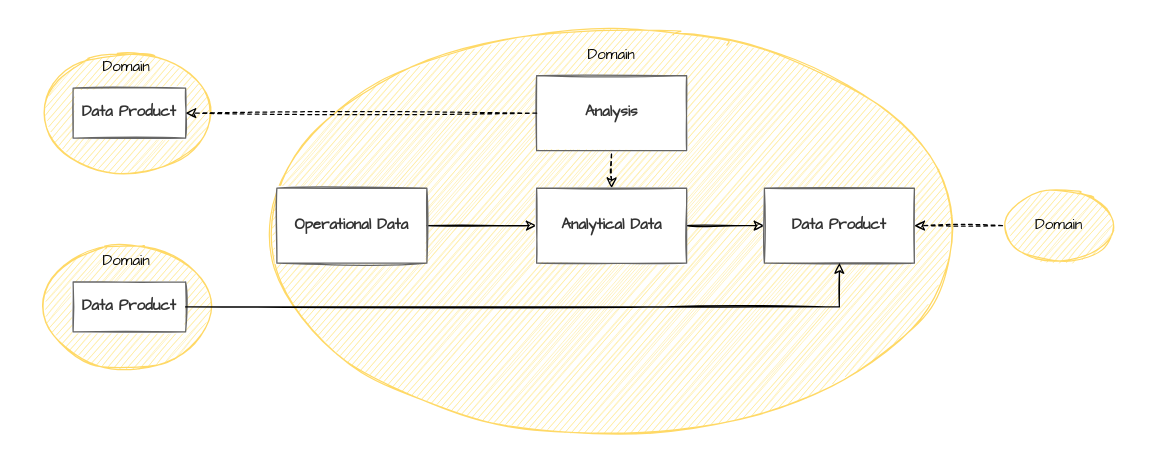
datamesh-architecture/datamesh-architecture.com keeps this draw.io diagram as diagrams/domainteamjourney_level4.drawio. Above is the earlier version. Source tidied: cells renumbered, new cells numbered last; positions are measured from the earlier drawing's top-left corner, leaving out a move shared by most shapes. Both pictures are drawn from the tidied source at 125%, with x=0, y=0 at pixel (21, 21). Pictures stored in the file or linked from it are replaced by grey dashed boxes.
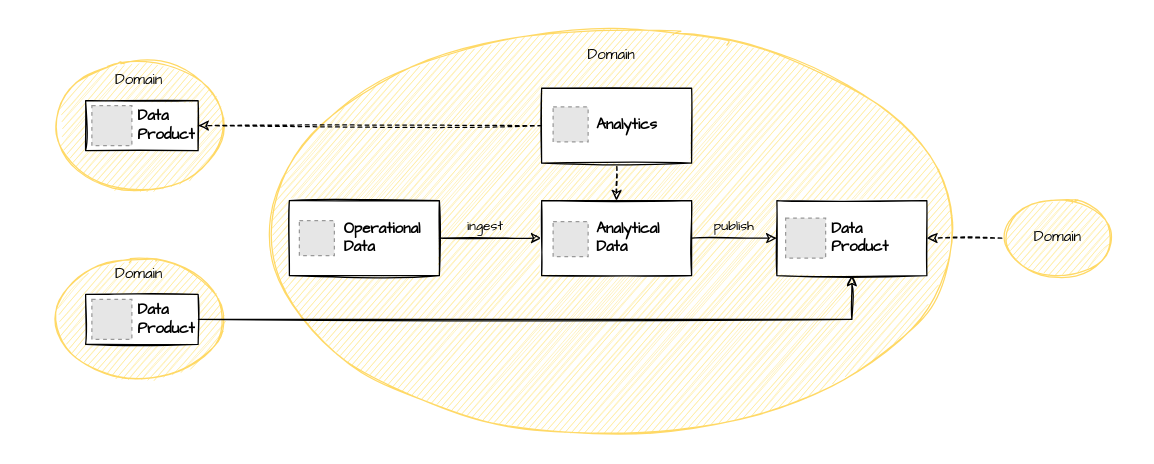
After the change.

The edit, as a diff of the source:
```diff
@@
-    <mxCell id="4" value="Analysis" style="rounded=0;whiteSpace=wrap;html=1;fillColor=#FFFFFF;fontColor=#333333;strokeColor=#666666;fontStyle=1;sketch=1;fontFamily=Architects Daughter;fillStyle=solid;" parent="1" vertex="1">
-      <mxGeometry x="411.8" y="43" width="120" height="60" as="geometry" />
-    </mxCell>
-    <mxCell id="5" style="rounded=0;jettySize=auto;html=1;exitX=0.5;exitY=0;exitDx=0;exitDy=0;startArrow=classic;startFill=1;endArrow=none;endFill=0;dashed=1;sketch=1;fontFamily=Architects Daughter;" parent="1" edge="1" source="8" target="4">
-      <mxGeometry relative="1" as="geometry" />
-    </mxCell>
-    <mxCell id="6" style="rounded=0;jettySize=auto;html=1;entryX=0;entryY=0.5;entryDx=0;entryDy=0;sketch=1;fontFamily=Architects Daughter;" parent="1" edge="1" source="8" target="10">
-      <mxGeometry relative="1" as="geometry" />
-    </mxCell>
+    <mxCell id="19" style="rounded=0;jettySize=auto;html=1;exitX=0.5;exitY=0;exitDx=0;exitDy=0;startArrow=classic;startFill=1;endArrow=none;endFill=0;dashed=1;sketch=1;fontFamily=Architects Daughter;" parent="1" edge="1" source="8" target="32">
+      <mxGeometry relative="1" as="geometry" />
+    </mxCell>
+    <mxCell id="20" style="rounded=0;jettySize=auto;html=1;entryX=0;entryY=0.5;entryDx=0;entryDy=0;sketch=1;fontFamily=Architects Daughter;" parent="1" edge="1" source="8" target="21">
+      <mxGeometry relative="1" as="geometry" />
+    </mxCell>
@@
+    <mxCell id="21" value="Data&lt;br&gt;Product" style="rounded=0;whiteSpace=wrap;html=1;fontStyle=1;sketch=1;fontFamily=Architects Daughter;align=left;spacingLeft=42;" parent="1" vertex="1">
+      <mxGeometry x="604" y="143" width="120" height="60" as="geometry" />
+    </mxCell>
+    <mxCell id="22" value="Domain" style="ellipse;whiteSpace=wrap;html=1;verticalAlign=middle;sketch=1;fontFamily=Architects Daughter;strokeColor=#FFD966;fillColor=#FFEB99;" parent="1" vertex="1">
+      <mxGeometry x="784" y="143" width="90" height="60" as="geometry" />
+    </mxCell>
+    <mxCell id="23" style="rounded=0;jettySize=auto;html=1;entryX=1;entryY=0.5;entryDx=0;entryDy=0;startArrow=none;startFill=0;endArrow=classic;endFill=1;exitX=0;exitY=0.5;exitDx=0;exitDy=0;dashed=1;sketch=1;fontFamily=Architects Daughter;" parent="1" edge="1" source="22" target="21">
+      <mxGeometry relative="1" as="geometry" />
+    </mxCell>
+    <mxCell id="24" value="Domain" style="ellipse;whiteSpace=wrap;html=1;verticalAlign=top;sketch=1;fontFamily=Architects Daughter;strokeColor=#FFD966;fillColor=#FFEB99;" parent="1" vertex="1">
+      <mxGeometry x="24" y="33" width="140" height="100" as="geometry" />
+    </mxCell>
+    <mxCell id="25" style="rounded=0;jettySize=auto;html=1;startArrow=none;startFill=0;endArrow=classic;endFill=1;exitX=0;exitY=0.5;exitDx=0;exitDy=0;entryX=1;entryY=0.5;entryDx=0;entryDy=0;dashed=1;sketch=1;fontFamily=Architects Daughter;" parent="1" edge="1" source="32" target="42">
+      <mxGeometry relative="1" as="geometry" />
+    </mxCell>
+    <mxCell id="26" value="Domain" style="ellipse;whiteSpace=wrap;html=1;verticalAlign=top;sketch=1;fontFamily=Architects Daughter;strokeColor=#FFD966;fillColor=#FFEB99;" parent="1" vertex="1">
+      <mxGeometry x="24" y="188" width="140" height="100" as="geometry" />
+    </mxCell>
+    <mxCell id="27" style="rounded=0;jettySize=auto;html=1;entryX=1;entryY=0.5;entryDx=0;entryDy=0;startArrow=classic;startFill=1;endArrow=none;endFill=0;exitX=0.5;exitY=1;exitDx=0;exitDy=0;sketch=1;fontFamily=Architects Daughter;" parent="1" edge="1" source="21" target="39">
+      <mxGeometry relative="1" as="geometry">
+        <Array as="points">
+          <mxPoint x="664" y="238" />
+        </Array>
+      </mxGeometry>
+    </mxCell>
+    <mxCell id="28" style="fillColor=#E6E6E6;strokeColor=#999999;dashed=1;verticalLabelPosition=bottom;labelBackgroundColor=#ffffff;verticalAlign=top;" parent="1" vertex="1">
+      <mxGeometry x="611" y="157" width="32" height="32" as="geometry" />
+    </mxCell>
+    <mxCell id="29" value="publish" style="text;html=1;strokeColor=none;fillColor=none;align=center;verticalAlign=middle;whiteSpace=wrap;rounded=0;sketch=1;fontFamily=Architects Daughter;fontSize=11;" parent="1" vertex="1">
+      <mxGeometry x="540" y="148" width="60" height="30" as="geometry" />
+    </mxCell>
+    <mxCell id="30" value="ingest" style="text;html=1;strokeColor=none;fillColor=none;align=center;verticalAlign=middle;whiteSpace=wrap;rounded=0;sketch=1;fontFamily=Architects Daughter;fontSize=11;" parent="1" vertex="1">
+      <mxGeometry x="341" y="148" width="60" height="30" as="geometry" />
+    </mxCell>
+    <mxCell id="31" style="group;" parent="1" vertex="1">
+      <mxGeometry x="415.8" y="53" width="120" height="60" as="geometry" />
+    </mxCell>
+    <mxCell id="32" value="Analytics" style="rounded=0;whiteSpace=wrap;html=1;fontStyle=1;sketch=1;fontFamily=Architects Daughter;align=left;spacingLeft=42;" parent="31" vertex="1">
+      <mxGeometry width="120" height="60" as="geometry" />
+    </mxCell>
+    <mxCell id="33" style="fillColor=#E6E6E6;strokeColor=#999999;dashed=1;verticalLabelPosition=bottom;labelBackgroundColor=default;verticalAlign=top;" parent="31" vertex="1">
+      <mxGeometry x="9.2" y="15" width="28" height="28" as="geometry" />
+    </mxCell>
+    <mxCell id="34" style="group;" parent="1" vertex="1">
+      <mxGeometry x="415.8" y="143" width="120" height="60" as="geometry" />
+    </mxCell>
-    <mxCell id="8" value="Analytical Data" style="rounded=0;whiteSpace=wrap;html=1;fillColor=#FFFFFF;fontColor=#333333;strokeColor=#666666;fontStyle=1;sketch=1;fontFamily=Architects Daughter;fillStyle=solid;" parent="1" vertex="1">
-      <mxGeometry x="411.8" y="133" width="120" height="60" as="geometry" />
+    <mxCell id="8" value="Analytical &lt;br&gt;Data" style="rounded=0;whiteSpace=wrap;html=1;fontStyle=1;sketch=1;fontFamily=Architects Daughter;align=left;spacingLeft=42;" parent="34" vertex="1">
+      <mxGeometry width="120" height="60" as="geometry" />
     </mxCell>
+    <mxCell id="35" style="fillColor=#E6E6E6;strokeColor=#999999;dashed=1;verticalLabelPosition=bottom;labelBackgroundColor=default;verticalAlign=top;" parent="34" vertex="1">
+      <mxGeometry x="9.2" y="16.8" width="28" height="28" as="geometry" />
+    </mxCell>
+    <mxCell id="36" style="group;" parent="1" vertex="1">
+      <mxGeometry x="214" y="143" width="120" height="60" as="geometry" />
+    </mxCell>
-    <mxCell id="9" value="Operational Data" style="rounded=0;whiteSpace=wrap;html=1;fillColor=#FFFFFF;fontColor=#333333;strokeColor=#666666;fontStyle=1;sketch=1;fontFamily=Architects Daughter;fillStyle=solid;" parent="1" vertex="1">
-      <mxGeometry x="204" y="133" width="120" height="60" as="geometry" />
+    <mxCell id="9" value="Operational &lt;br&gt;Data" style="rounded=0;whiteSpace=wrap;html=1;fontStyle=1;sketch=1;fontFamily=Architects Daughter;align=left;spacingLeft=42;" parent="36" vertex="1">
+      <mxGeometry width="120" height="60" as="geometry" />
     </mxCell>
-    <mxCell id="10" value="Data Product" style="rounded=0;whiteSpace=wrap;html=1;fillColor=#FFFFFF;fontColor=#333333;strokeColor=#666666;fontStyle=1;sketch=1;fontFamily=Architects Daughter;fillStyle=solid;" parent="1" vertex="1">
-      <mxGeometry x="594" y="133" width="120" height="60" as="geometry" />
-    </mxCell>
-    <mxCell id="11" value="Domain" style="ellipse;whiteSpace=wrap;html=1;verticalAlign=middle;sketch=1;fontFamily=Architects Daughter;strokeColor=#FFD966;fillColor=#FFEB99;fillStyle=auto;" parent="1" vertex="1">
-      <mxGeometry x="784.5" y="133" width="90" height="60" as="geometry" />
-    </mxCell>
-    <mxCell id="12" style="rounded=0;jettySize=auto;html=1;entryX=1;entryY=0.5;entryDx=0;entryDy=0;startArrow=none;startFill=0;endArrow=classic;endFill=1;exitX=0;exitY=0.5;exitDx=0;exitDy=0;dashed=1;sketch=1;fontFamily=Architects Daughter;" parent="1" edge="1" source="11" target="10">
-      <mxGeometry relative="1" as="geometry" />
-    </mxCell>
-    <mxCell id="13" value="Domain" style="ellipse;whiteSpace=wrap;html=1;verticalAlign=top;sketch=1;fontFamily=Architects Daughter;strokeColor=#FFD966;fillColor=#FFEB99;" parent="1" vertex="1">
-      <mxGeometry x="14" y="23" width="140" height="100" as="geometry" />
-    </mxCell>
-    <mxCell id="14" value="Data Product" style="rounded=0;whiteSpace=wrap;html=1;fillColor=#FFFFFF;fontColor=#333333;strokeColor=#666666;fontStyle=1;sketch=1;fontFamily=Architects Daughter;fillStyle=solid;" parent="1" vertex="1">
-      <mxGeometry x="41" y="53" width="90" height="40" as="geometry" />
-    </mxCell>
-    <mxCell id="15" style="rounded=0;jettySize=auto;html=1;startArrow=none;startFill=0;endArrow=classic;endFill=1;exitX=0;exitY=0.5;exitDx=0;exitDy=0;entryX=1;entryY=0.5;entryDx=0;entryDy=0;dashed=1;sketch=1;fontFamily=Architects Daughter;" parent="1" edge="1" source="4" target="14">
-      <mxGeometry relative="1" as="geometry" />
-    </mxCell>
-    <mxCell id="16" value="Domain" style="ellipse;whiteSpace=wrap;html=1;verticalAlign=top;sketch=1;fontFamily=Architects Daughter;strokeColor=#FFD966;fillColor=#FFEB99;" parent="1" vertex="1">
-      <mxGeometry x="14" y="178" width="140" height="100" as="geometry" />
-    </mxCell>
-    <mxCell id="17" value="Data Product" style="rounded=0;whiteSpace=wrap;html=1;fillColor=#FFFFFF;fontColor=#333333;strokeColor=#666666;fontStyle=1;sketch=1;fontFamily=Architects Daughter;fillStyle=solid;" parent="1" vertex="1">
-      <mxGeometry x="41" y="208" width="90" height="40" as="geometry" />
-    </mxCell>
-    <mxCell id="18" style="rounded=0;jettySize=auto;html=1;entryX=1;entryY=0.5;entryDx=0;entryDy=0;startArrow=classic;startFill=1;endArrow=none;endFill=0;exitX=0.5;exitY=1;exitDx=0;exitDy=0;sketch=1;fontFamily=Architects Daughter;" parent="1" edge="1" source="10" target="17">
-      <mxGeometry relative="1" as="geometry">
-        <Array as="points">
-          <mxPoint x="654" y="228" />
-          <mxPoint x="514" y="228" />
-        </Array>
-      </mxGeometry>
-    </mxCell>
+    <mxCell id="37" style="fillColor=#E6E6E6;strokeColor=#999999;dashed=1;verticalLabelPosition=bottom;labelBackgroundColor=default;verticalAlign=top;" parent="36" vertex="1">
+      <mxGeometry x="8" y="16" width="28" height="28" as="geometry" />
+    </mxCell>
+    <mxCell id="38" style="group;" parent="1" vertex="1">
+      <mxGeometry x="51" y="218" width="90" height="40" as="geometry" />
+    </mxCell>
+    <mxCell id="39" value="Data Product" style="rounded=0;whiteSpace=wrap;html=1;fontStyle=1;sketch=1;fontFamily=Architects Daughter;spacingLeft=40;align=left;" parent="38" vertex="1">
+      <mxGeometry width="90" height="40" as="geometry" />
+    </mxCell>
+    <mxCell id="40" style="fillColor=#E6E6E6;strokeColor=#999999;dashed=1;verticalLabelPosition=bottom;labelBackgroundColor=#ffffff;verticalAlign=top;" parent="38" vertex="1">
+      <mxGeometry x="5" y="4" width="32" height="32" as="geometry" />
+    </mxCell>
+    <mxCell id="41" style="group;" parent="1" vertex="1">
+      <mxGeometry x="51" y="63" width="90" height="40" as="geometry" />
+    </mxCell>
+    <mxCell id="42" value="Data Product" style="rounded=0;whiteSpace=wrap;html=1;fontStyle=1;sketch=1;fontFamily=Architects Daughter;spacingLeft=40;align=left;" parent="41" vertex="1">
+      <mxGeometry width="90" height="40" as="geometry" />
+    </mxCell>
+    <mxCell id="43" style="fillColor=#E6E6E6;strokeColor=#999999;dashed=1;verticalLabelPosition=bottom;labelBackgroundColor=#ffffff;verticalAlign=top;" parent="41" vertex="1">
+      <mxGeometry x="5" y="4" width="32" height="32" as="geometry" />
+    </mxCell>
```
